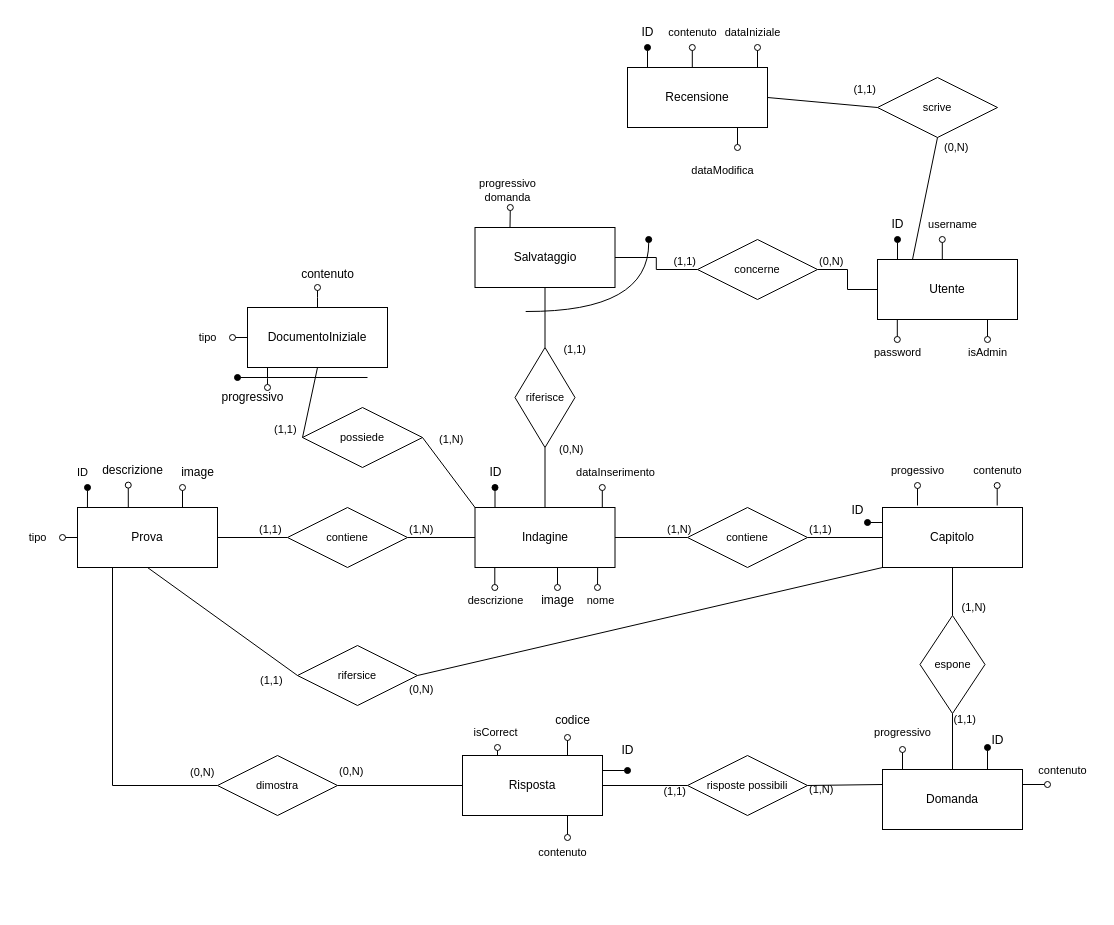
Earlier version of the draw.io diagram database/TecWeb.drawio (samuele-visentin/unipd-TecWeb). Source tidied: cells renumbered, new cells numbered last; positions are measured from the earlier drawing's top-left corner, leaving out a move shared by most shapes. Both pictures are drawn from the tidied source at 100%, with x=0, y=0 at pixel (17, 17).
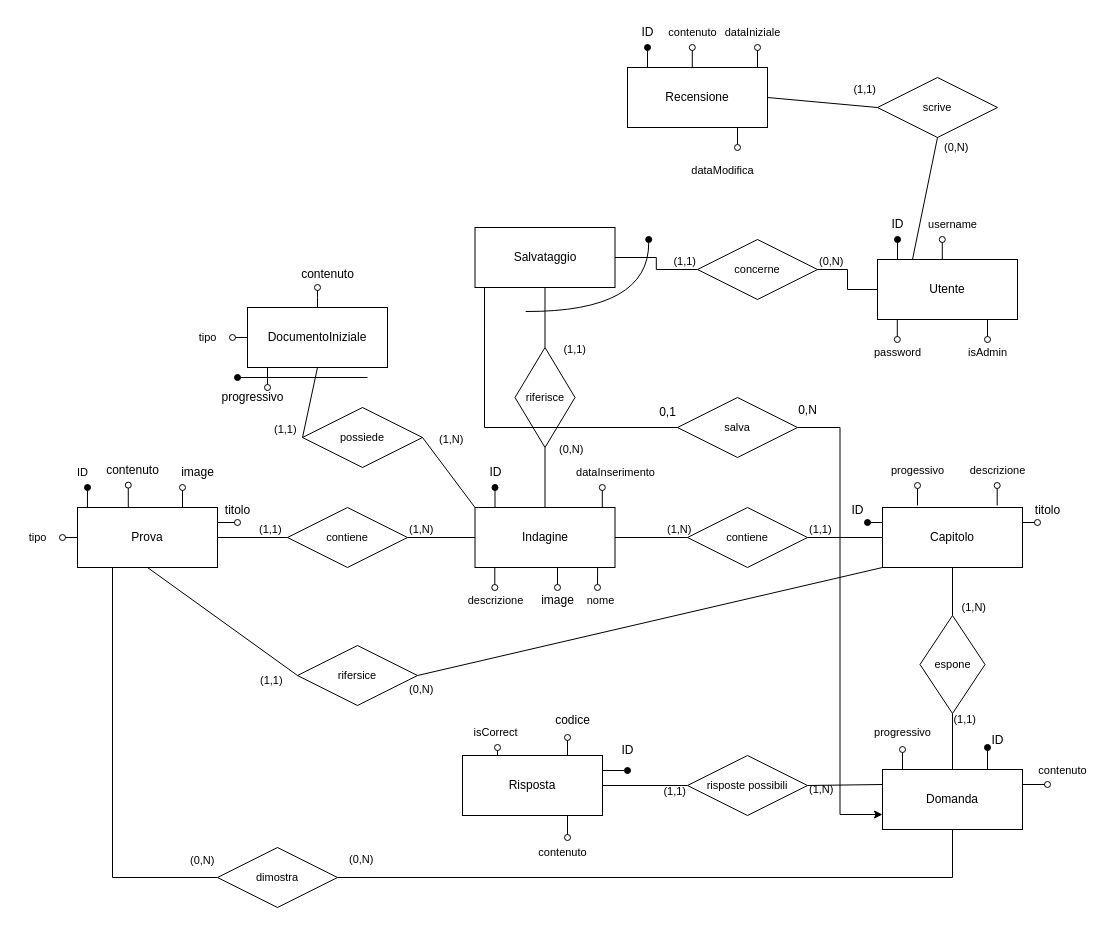
Above is the later version.

Unchanged cells that the change refers to:
```xml
<mxCell id="23" value="Capitolo" style="whiteSpace=wrap;html=1;align=center;" parent="1" vertex="1">
  <mxGeometry x="865" y="490" width="140" height="60" as="geometry" />
</mxCell>
<mxCell id="32" value="Domanda" style="whiteSpace=wrap;html=1;align=center;" parent="1" vertex="1">
  <mxGeometry x="865" y="752" width="140" height="60" as="geometry" />
</mxCell>
<mxCell id="42" value="Risposta" style="whiteSpace=wrap;html=1;align=center;" parent="1" vertex="1">
  <mxGeometry x="445" y="738" width="140" height="60" as="geometry" />
</mxCell>
<mxCell id="56" value="Salvataggio" style="whiteSpace=wrap;html=1;align=center;" parent="1" vertex="1">
  <mxGeometry x="457.5" y="210" width="140" height="60" as="geometry" />
</mxCell>
<mxCell id="72" value="Prova" style="whiteSpace=wrap;html=1;align=center;" parent="1" vertex="1">
  <mxGeometry x="60" y="490" width="140" height="60" as="geometry" />
</mxCell>
```

What changed in the source:
```diff
@@
-    <mxCell id="27" value="contenuto" style="text;html=1;align=center;verticalAlign=middle;strokeColor=none;fillColor=none;fontSize=11;fontFamily=Helvetica;fontColor=default;" parent="1" vertex="1">
-      <mxGeometry x="945" y="438" width="70" height="30" as="geometry" />
+    <mxCell id="27" value="descrizione" style="text;html=1;align=center;verticalAlign=middle;strokeColor=none;fillColor=none;fontSize=11;fontFamily=Helvetica;fontColor=default;" parent="1" vertex="1">
+      <mxGeometry x="940" y="438" width="80" height="30" as="geometry" />
     </mxCell>
@@
-    <mxCell id="55" style="edgeStyle=none;shape=connector;rounded=0;jettySize=auto;html=1;exitX=0.25;exitY=0;exitDx=0;exitDy=0;labelBackgroundColor=default;strokeColor=default;align=center;verticalAlign=middle;fontFamily=Helvetica;fontSize=11;fontColor=default;endArrow=oval;endFill=0;" parent="1" edge="1" source="56">
-      <mxGeometry relative="1" as="geometry">
-        <mxPoint x="492.8" y="190" as="targetPoint" />
-      </mxGeometry>
-    </mxCell>
@@
-    <mxCell id="68" value="&lt;div&gt;progressivo&lt;/div&gt;&lt;div&gt;domanda&lt;br&gt;&lt;/div&gt;" style="text;html=1;align=center;verticalAlign=middle;strokeColor=none;fillColor=none;fontSize=11;fontFamily=Helvetica;fontColor=default;" parent="1" vertex="1">
-      <mxGeometry x="450" y="153" width="80" height="40" as="geometry" />
-    </mxCell>
@@
-    <mxCell id="114" style="edgeStyle=orthogonalEdgeStyle;rounded=0;jettySize=auto;html=1;exitX=1;exitY=0.5;exitDx=0;exitDy=0;entryX=0;entryY=0.5;entryDx=0;entryDy=0;endArrow=none;endFill=0;" parent="1" edge="1" source="116" target="42">
+    <mxCell id="114" style="edgeStyle=orthogonalEdgeStyle;rounded=0;jettySize=auto;html=1;exitX=1;exitY=0.5;exitDx=0;exitDy=0;entryX=0.5;entryY=1;entryDx=0;entryDy=0;endArrow=none;endFill=0;" parent="1" edge="1" source="116" target="32">
       <mxGeometry relative="1" as="geometry" />
     </mxCell>
@@
     <mxCell id="116" value="dimostra" style="shape=rhombus;perimeter=rhombusPerimeter;whiteSpace=wrap;html=1;align=center;fontFamily=Helvetica;fontSize=11;fontColor=default;" parent="1" vertex="1">
-      <mxGeometry x="200" y="738" width="120" height="60" as="geometry" />
+      <mxGeometry x="200" y="830" width="120" height="60" as="geometry" />
     </mxCell>
     <mxCell id="117" value="(0,N)" style="html=1;whiteSpace=wrap;align=left;verticalAlign=bottom;fontFamily=Helvetica;fontSize=11;fontColor=default;" parent="1" vertex="1">
-      <mxGeometry x="320" y="762" as="geometry" />
+      <mxGeometry x="330" y="850" as="geometry" />
     </mxCell>
     <mxCell id="118" value="(0,N)" style="html=1;whiteSpace=wrap;align=left;verticalAlign=bottom;fontFamily=Helvetica;fontSize=11;fontColor=default;" parent="1" vertex="1">
-      <mxGeometry x="170" y="762" as="geometry">
+      <mxGeometry x="170" y="850" as="geometry">
         <mxPoint x="1" y="1" as="offset" />
       </mxGeometry>
     </mxCell>
@@
-    <mxCell id="125" value="descrizione" style="text;html=1;align=center;verticalAlign=middle;points=[];strokeColor=none;fillColor=none;" parent="1" vertex="1">
+    <mxCell id="125" value="contenuto" style="text;html=1;align=center;verticalAlign=middle;points=[];strokeColor=none;fillColor=none;" parent="1" vertex="1">
       <mxGeometry x="75" y="438" width="80" height="30" as="geometry" />
     </mxCell>
@@
+    <mxCell id="128" style="edgeStyle=orthogonalEdgeStyle;rounded=0;jettySize=auto;html=1;exitX=1;exitY=0.25;exitDx=0;exitDy=0;endArrow=oval;endFill=0;" parent="1" edge="1" source="72">
+      <mxGeometry relative="1" as="geometry">
+        <mxPoint x="220" y="505" as="targetPoint" />
+      </mxGeometry>
+    </mxCell>
+    <mxCell id="129" value="titolo" style="text;html=1;align=center;verticalAlign=middle;strokeColor=none;fillColor=none;" parent="1" vertex="1">
+      <mxGeometry x="195" y="478" width="50" height="30" as="geometry" />
+    </mxCell>
+    <mxCell id="130" style="rounded=0;jettySize=auto;html=1;endArrow=oval;endFill=0;exitX=1;exitY=0.25;exitDx=0;exitDy=0;" parent="1" edge="1" source="23">
+      <mxGeometry relative="1" as="geometry">
+        <mxPoint x="1020" y="505" as="targetPoint" />
+      </mxGeometry>
+    </mxCell>
+    <mxCell id="131" value="titolo" style="text;html=1;align=center;verticalAlign=middle;strokeColor=none;fillColor=none;" parent="1" vertex="1">
+      <mxGeometry x="1005" y="478" width="50" height="30" as="geometry" />
+    </mxCell>
+    <mxCell id="132" style="edgeStyle=orthogonalEdgeStyle;rounded=0;jettySize=auto;html=1;exitX=1;exitY=0.5;exitDx=0;exitDy=0;entryX=0;entryY=0.75;entryDx=0;entryDy=0;" parent="1" edge="1" source="133" target="32">
+      <mxGeometry relative="1" as="geometry" />
+    </mxCell>
+    <mxCell id="133" value="salva" style="shape=rhombus;perimeter=rhombusPerimeter;whiteSpace=wrap;html=1;align=center;fontFamily=Helvetica;fontSize=11;fontColor=default;" parent="1" vertex="1">
+      <mxGeometry x="660" y="380" width="120" height="60" as="geometry" />
+    </mxCell>
+    <mxCell id="134" style="edgeStyle=orthogonalEdgeStyle;shape=connector;rounded=0;jettySize=auto;html=1;exitX=0;exitY=0.5;exitDx=0;exitDy=0;entryX=0.068;entryY=1;entryDx=0;entryDy=0;labelBackgroundColor=default;strokeColor=default;align=center;verticalAlign=middle;fontFamily=Helvetica;fontSize=11;fontColor=default;endArrow=none;endFill=0;entryPerimeter=0;" parent="1" edge="1" source="133" target="56">
+      <mxGeometry relative="1" as="geometry" />
+    </mxCell>
+    <mxCell id="135" value="0,1" style="text;html=1;align=center;verticalAlign=middle;strokeColor=none;fillColor=none;" parent="1" vertex="1">
+      <mxGeometry x="630" y="380" width="40" height="30" as="geometry" />
+    </mxCell>
+    <mxCell id="136" value="0,N" style="text;html=1;align=center;verticalAlign=middle;strokeColor=none;fillColor=none;" parent="1" vertex="1">
+      <mxGeometry x="770" y="378" width="40" height="30" as="geometry" />
+    </mxCell>
```
